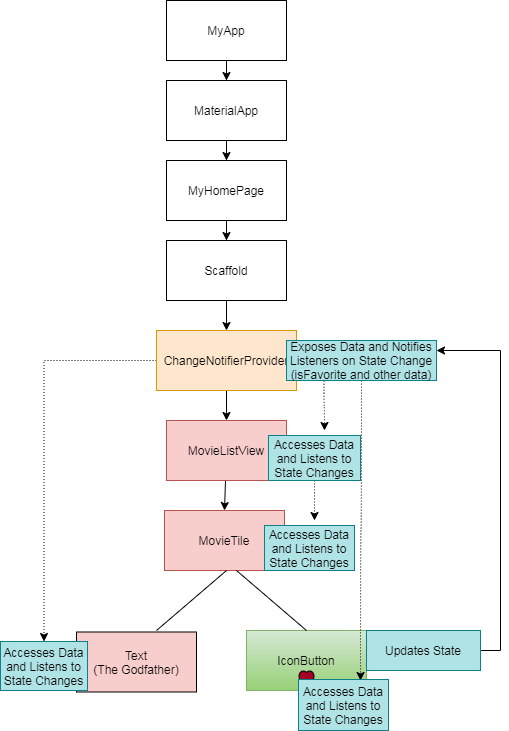
Above: flutter/stmang16.png in walkingtree/images (draw.io), before the change. Source tidied: cells renumbered, new cells last; positions are measured from the earlier drawing's top-left corner, leaving out a move shared by most shapes. The source it was exported from:
```xml
<mxGraphModel>
  <root>
    <mxCell id="0" />
    <mxCell id="1" parent="0" />
    <mxCell id="2" style="edgeStyle=none;rounded=0;jettySize=auto;html=1;entryX=0.5;entryY=0;entryDx=0;entryDy=0;strokeWidth=1;" parent="1" edge="1" source="3" target="7">
      <mxGeometry relative="1" as="geometry" />
    </mxCell>
    <mxCell id="3" value="MovieListView" style="whiteSpace=wrap;html=1;sketch=0;comic=0;backgroundOutline=0;labelBackgroundColor=none;labelBorderColor=none;fillColor=#f8cecc;strokeColor=#b85450;" parent="1" vertex="1">
      <mxGeometry x="166" y="420" width="120" height="60" as="geometry" />
    </mxCell>
    <mxCell id="4" value="Text&lt;br&gt;(The Godfather)" style="whiteSpace=wrap;html=1;fillColor=#f8cecc;sketch=0;comic=0;backgroundOutline=0;labelBackgroundColor=none;labelBorderColor=none;" parent="1" vertex="1">
      <mxGeometry x="76" y="631.5" width="120" height="60" as="geometry" />
    </mxCell>
    <mxCell id="5" value="IconButton&lt;br&gt;" style="whiteSpace=wrap;html=1;fillColor=#d5e8d4;sketch=0;comic=0;backgroundOutline=0;labelBackgroundColor=none;labelBorderColor=none;strokeColor=#82b366;gradientColor=#97d077;" parent="1" vertex="1">
      <mxGeometry x="246" y="630" width="120" height="60" as="geometry" />
    </mxCell>
    <mxCell id="6" style="edgeStyle=orthogonalEdgeStyle;curved=1;rounded=0;jettySize=auto;html=1;exitX=0.5;exitY=0;exitDx=0;exitDy=0;dashed=1;dashPattern=1 2;strokeWidth=1;" parent="1" edge="1" source="7">
      <mxGeometry relative="1" as="geometry">
        <mxPoint x="224" y="510" as="targetPoint" />
      </mxGeometry>
    </mxCell>
    <mxCell id="7" value="MovieTile" style="whiteSpace=wrap;html=1;fillColor=#f8cecc;sketch=0;comic=0;backgroundOutline=0;labelBackgroundColor=none;labelBorderColor=none;strokeColor=#b85450;" parent="1" vertex="1">
      <mxGeometry x="164" y="510" width="120" height="60" as="geometry" />
    </mxCell>
    <mxCell id="8" style="endArrow=none;html=1;sketch=0;comic=0;backgroundOutline=0;labelBackgroundColor=none;labelBorderColor=none;" parent="1" edge="1">
      <mxGeometry relative="1" as="geometry">
        <mxPoint x="156" y="630" as="sourcePoint" />
        <mxPoint x="226" y="570" as="targetPoint" />
      </mxGeometry>
    </mxCell>
    <mxCell id="9" style="endArrow=none;html=1;exitX=0.5;exitY=0;exitDx=0;exitDy=0;sketch=0;comic=0;backgroundOutline=0;labelBackgroundColor=none;labelBorderColor=none;" parent="1" edge="1" source="5">
      <mxGeometry relative="1" as="geometry">
        <mxPoint x="236" y="570" as="targetPoint" />
      </mxGeometry>
    </mxCell>
    <mxCell id="10" style="verticalLabelPosition=bottom;verticalAlign=top;html=1;shape=mxgraph.basic.heart;fillColor=#a20025;fontColor=#ffffff;sketch=0;comic=0;backgroundOutline=0;labelBackgroundColor=none;labelBorderColor=none;" parent="1" vertex="1">
      <mxGeometry x="298" y="670" width="16" height="17" as="geometry" />
    </mxCell>
    <mxCell id="11" value="Accesses Data and Listens to State Changes" style="rounded=0;whiteSpace=wrap;html=1;labelBackgroundColor=none;strokeColor=#0e8088;fillColor=#b0e3e6;" parent="1" vertex="1">
      <mxGeometry y="641" width="87" height="49" as="geometry" />
    </mxCell>
    <mxCell id="12" style="edgeStyle=orthogonalEdgeStyle;rounded=0;jettySize=auto;html=1;entryX=0.5;entryY=0;entryDx=0;entryDy=0;" parent="1" edge="1" source="13" target="15">
      <mxGeometry relative="1" as="geometry" />
    </mxCell>
    <mxCell id="13" value="MyApp" style="rounded=0;whiteSpace=wrap;html=1;" parent="1" vertex="1">
      <mxGeometry x="166" width="120" height="60" as="geometry" />
    </mxCell>
    <mxCell id="14" style="edgeStyle=orthogonalEdgeStyle;rounded=0;jettySize=auto;html=1;entryX=0.5;entryY=0;entryDx=0;entryDy=0;" parent="1" edge="1" source="15" target="17">
      <mxGeometry relative="1" as="geometry" />
    </mxCell>
    <mxCell id="15" value="MaterialApp" style="rounded=0;whiteSpace=wrap;html=1;" parent="1" vertex="1">
      <mxGeometry x="166" y="80" width="120" height="60" as="geometry" />
    </mxCell>
    <mxCell id="16" style="edgeStyle=orthogonalEdgeStyle;rounded=0;jettySize=auto;html=1;entryX=0.5;entryY=0;entryDx=0;entryDy=0;" parent="1" edge="1" source="17" target="19">
      <mxGeometry relative="1" as="geometry" />
    </mxCell>
    <mxCell id="17" value="MyHomePage" style="rounded=0;whiteSpace=wrap;html=1;" parent="1" vertex="1">
      <mxGeometry x="166" y="160" width="120" height="60" as="geometry" />
    </mxCell>
    <mxCell id="18" style="edgeStyle=orthogonalEdgeStyle;rounded=0;jettySize=auto;html=1;entryX=0.5;entryY=0;entryDx=0;entryDy=0;" parent="1" edge="1" source="19" target="22">
      <mxGeometry relative="1" as="geometry" />
    </mxCell>
    <mxCell id="19" value="Scaffold" style="rounded=0;whiteSpace=wrap;html=1;" parent="1" vertex="1">
      <mxGeometry x="166" y="240" width="120" height="60" as="geometry" />
    </mxCell>
    <mxCell id="20" style="edgeStyle=orthogonalEdgeStyle;rounded=0;jettySize=auto;html=1;dashed=1;dashPattern=1 2;entryX=0.5;entryY=0;entryDx=0;entryDy=0;" parent="1" edge="1" source="22" target="11">
      <mxGeometry relative="1" as="geometry" />
    </mxCell>
    <mxCell id="21" style="edgeStyle=orthogonalEdgeStyle;rounded=0;jettySize=auto;html=1;entryX=0.5;entryY=0;entryDx=0;entryDy=0;" parent="1" edge="1" source="22" target="3">
      <mxGeometry relative="1" as="geometry" />
    </mxCell>
    <mxCell id="22" value="ChangeNotifierProvider" style="rounded=0;whiteSpace=wrap;html=1;fillColor=#ffe6cc;strokeColor=#d79b00;" parent="1" vertex="1">
      <mxGeometry x="156" y="330" width="140" height="60" as="geometry" />
    </mxCell>
    <mxCell id="23" style="edgeStyle=orthogonalEdgeStyle;curved=1;rounded=0;jettySize=auto;html=1;dashed=1;dashPattern=1 2;entryX=0.689;entryY=0.02;entryDx=0;entryDy=0;entryPerimeter=0;" parent="1" edge="1" source="25" target="26">
      <mxGeometry relative="1" as="geometry" />
    </mxCell>
    <mxCell id="24" style="edgeStyle=orthogonalEdgeStyle;curved=1;rounded=0;jettySize=auto;html=1;exitX=0.25;exitY=1;exitDx=0;exitDy=0;dashed=1;dashPattern=1 2;" parent="1" edge="1" source="25">
      <mxGeometry relative="1" as="geometry">
        <mxPoint x="324" y="430" as="targetPoint" />
      </mxGeometry>
    </mxCell>
    <mxCell id="25" value="Exposes Data and Notifies Listeners on State Change&lt;br&gt;(isFavorite and other data)" style="rounded=0;whiteSpace=wrap;html=1;fillColor=#b0e3e6;strokeColor=#0e8088;" parent="1" vertex="1">
      <mxGeometry x="286" y="340" width="150" height="40" as="geometry" />
    </mxCell>
    <mxCell id="26" value="Accesses Data and Listens to State Changes" style="rounded=0;whiteSpace=wrap;html=1;fillColor=#b0e3e6;strokeColor=#0e8088;" parent="1" vertex="1">
      <mxGeometry x="298" y="679" width="90" height="51" as="geometry" />
    </mxCell>
    <mxCell id="27" value="Accesses Data and Listens to State Changes" style="rounded=0;whiteSpace=wrap;html=1;fillColor=#b0e3e6;strokeColor=#0e8088;" parent="1" vertex="1">
      <mxGeometry x="264" y="525" width="90" height="45" as="geometry" />
    </mxCell>
    <mxCell id="28" style="edgeStyle=orthogonalEdgeStyle;curved=1;rounded=0;jettySize=auto;html=1;exitX=0.5;exitY=1;exitDx=0;exitDy=0;dashed=1;dashPattern=1 2;" parent="1" edge="1" source="29">
      <mxGeometry relative="1" as="geometry">
        <mxPoint x="314" y="520" as="targetPoint" />
      </mxGeometry>
    </mxCell>
    <mxCell id="29" value="Accesses Data and Listens to State Changes" style="rounded=0;whiteSpace=wrap;html=1;fillColor=#b0e3e6;strokeColor=#0e8088;" parent="1" vertex="1">
      <mxGeometry x="268" y="435" width="92" height="45" as="geometry" />
    </mxCell>
    <mxCell id="30" style="edgeStyle=orthogonalEdgeStyle;rounded=0;jettySize=auto;html=1;exitX=1;exitY=0.5;exitDx=0;exitDy=0;entryX=1;entryY=0.25;entryDx=0;entryDy=0;" parent="1" edge="1" source="31" target="25">
      <mxGeometry relative="1" as="geometry" />
    </mxCell>
    <mxCell id="31" value="Updates State" style="rounded=0;whiteSpace=wrap;html=1;fillColor=#b0e3e6;strokeColor=#0e8088;" parent="1" vertex="1">
      <mxGeometry x="366" y="630" width="114" height="40" as="geometry" />
    </mxCell>
  </root>
</mxGraphModel>
```
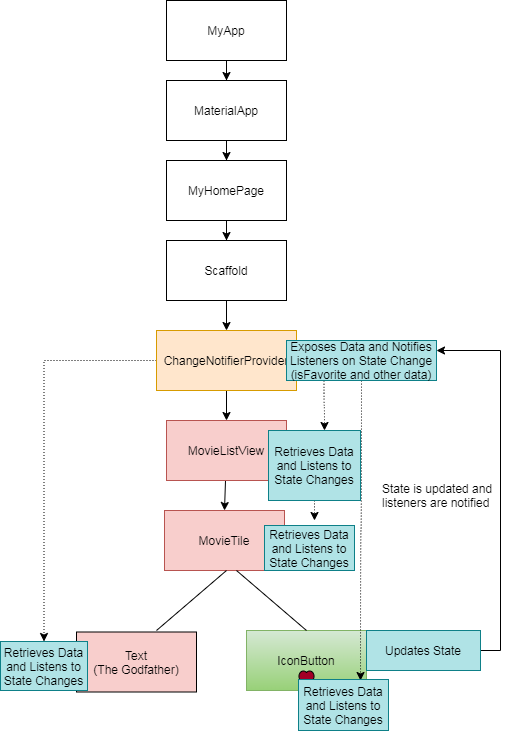
Later version of the same file.

The edit, as a diff of the source:
```diff
@@ -36,7 +36,7 @@
     <mxCell id="10" style="verticalLabelPosition=bottom;verticalAlign=top;html=1;shape=mxgraph.basic.heart;fillColor=#a20025;fontColor=#ffffff;sketch=0;comic=0;backgroundOutline=0;labelBackgroundColor=none;labelBorderColor=none;" parent="1" vertex="1">
       <mxGeometry x="298" y="670" width="16" height="17" as="geometry" />
     </mxCell>
-    <mxCell id="11" value="Accesses Data and Listens to State Changes" style="rounded=0;whiteSpace=wrap;html=1;labelBackgroundColor=none;strokeColor=#0e8088;fillColor=#b0e3e6;" parent="1" vertex="1">
+    <mxCell id="11" value="Retrieves Data and Listens to State Changes" style="rounded=0;whiteSpace=wrap;html=1;labelBackgroundColor=none;strokeColor=#0e8088;fillColor=#b0e3e6;" parent="1" vertex="1">
       <mxGeometry y="641" width="87" height="49" as="geometry" />
     </mxCell>
     <mxCell id="12" style="edgeStyle=orthogonalEdgeStyle;rounded=0;jettySize=auto;html=1;entryX=0.5;entryY=0;entryDx=0;entryDy=0;" parent="1" edge="1" source="13" target="15">
@@ -83,10 +83,10 @@
     <mxCell id="25" value="Exposes Data and Notifies Listeners on State Change&lt;br&gt;(isFavorite and other data)" style="rounded=0;whiteSpace=wrap;html=1;fillColor=#b0e3e6;strokeColor=#0e8088;" parent="1" vertex="1">
       <mxGeometry x="286" y="340" width="150" height="40" as="geometry" />
     </mxCell>
-    <mxCell id="26" value="Accesses Data and Listens to State Changes" style="rounded=0;whiteSpace=wrap;html=1;fillColor=#b0e3e6;strokeColor=#0e8088;" parent="1" vertex="1">
+    <mxCell id="26" value="Retrieves Data and Listens to State Changes" style="rounded=0;whiteSpace=wrap;html=1;fillColor=#b0e3e6;strokeColor=#0e8088;" parent="1" vertex="1">
       <mxGeometry x="298" y="679" width="90" height="51" as="geometry" />
     </mxCell>
-    <mxCell id="27" value="Accesses Data and Listens to State Changes" style="rounded=0;whiteSpace=wrap;html=1;fillColor=#b0e3e6;strokeColor=#0e8088;" parent="1" vertex="1">
+    <mxCell id="27" value="Retrieves Data and Listens to State Changes" style="rounded=0;whiteSpace=wrap;html=1;fillColor=#b0e3e6;strokeColor=#0e8088;" parent="1" vertex="1">
       <mxGeometry x="264" y="525" width="90" height="45" as="geometry" />
     </mxCell>
     <mxCell id="28" style="edgeStyle=orthogonalEdgeStyle;curved=1;rounded=0;jettySize=auto;html=1;exitX=0.5;exitY=1;exitDx=0;exitDy=0;dashed=1;dashPattern=1 2;" parent="1" edge="1" source="29">
@@ -94,8 +94,8 @@
         <mxPoint x="314" y="520" as="targetPoint" />
       </mxGeometry>
     </mxCell>
-    <mxCell id="29" value="Accesses Data and Listens to State Changes" style="rounded=0;whiteSpace=wrap;html=1;fillColor=#b0e3e6;strokeColor=#0e8088;" parent="1" vertex="1">
-      <mxGeometry x="268" y="435" width="92" height="45" as="geometry" />
+    <mxCell id="29" value="Retrieves Data and Listens to State Changes" style="rounded=0;whiteSpace=wrap;html=1;fillColor=#b0e3e6;strokeColor=#0e8088;" parent="1" vertex="1">
+      <mxGeometry x="268" y="430" width="92" height="70" as="geometry" />
     </mxCell>
     <mxCell id="30" style="edgeStyle=orthogonalEdgeStyle;rounded=0;jettySize=auto;html=1;exitX=1;exitY=0.5;exitDx=0;exitDy=0;entryX=1;entryY=0.25;entryDx=0;entryDy=0;" parent="1" edge="1" source="31" target="25">
       <mxGeometry relative="1" as="geometry" />
@@ -103,5 +103,8 @@
     <mxCell id="31" value="Updates State" style="rounded=0;whiteSpace=wrap;html=1;fillColor=#b0e3e6;strokeColor=#0e8088;" parent="1" vertex="1">
       <mxGeometry x="366" y="630" width="114" height="40" as="geometry" />
     </mxCell>
+    <mxCell id="32" value="State is updated and listeners are notified" style="text;html=1;strokeColor=none;fillColor=none;align=left;verticalAlign=middle;whiteSpace=wrap;rounded=0;" parent="1" vertex="1">
+      <mxGeometry x="380" y="460" width="130" height="70" as="geometry" />
+    </mxCell>
   </root>
 </mxGraphModel>
```
